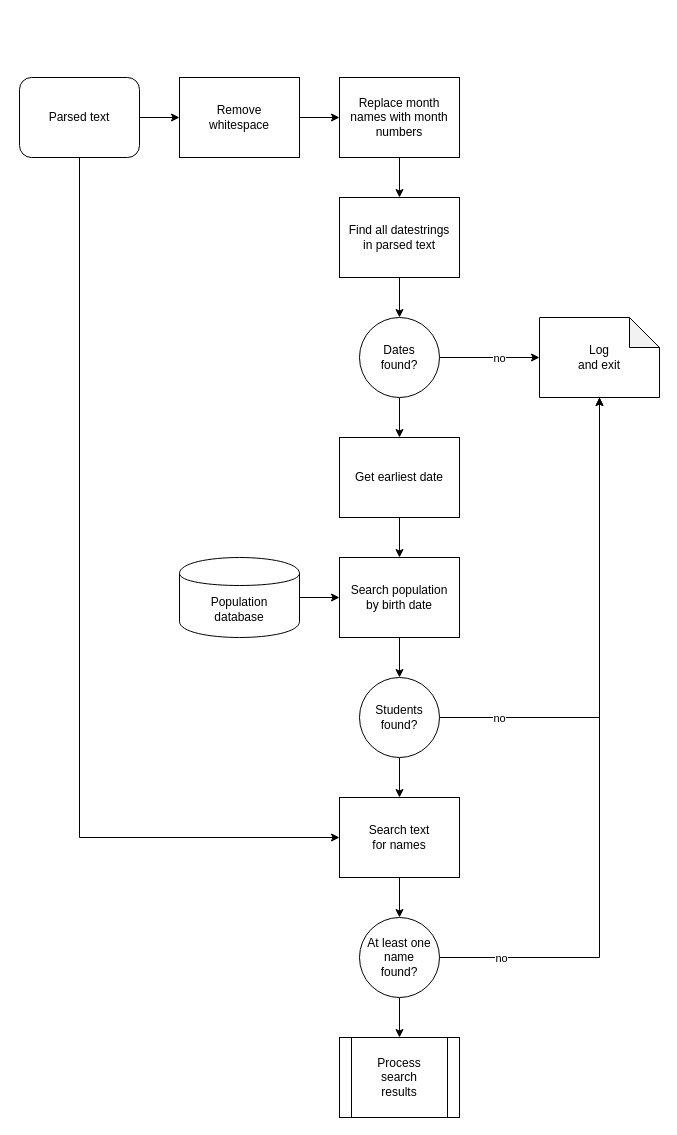
The draw.io diagram page "process parsed text" (2 of 3) of flowchart_parser.drawio in uu-asc/bbc-forwarder, before the edit. Source tidied: cells renumbered, new cells numbered last; positions are measured from the earlier drawing's top-left corner, leaving out a move shared by most shapes. Both pictures are drawn from the tidied source at 100%, with x=0, y=0 at pixel (19, 77).
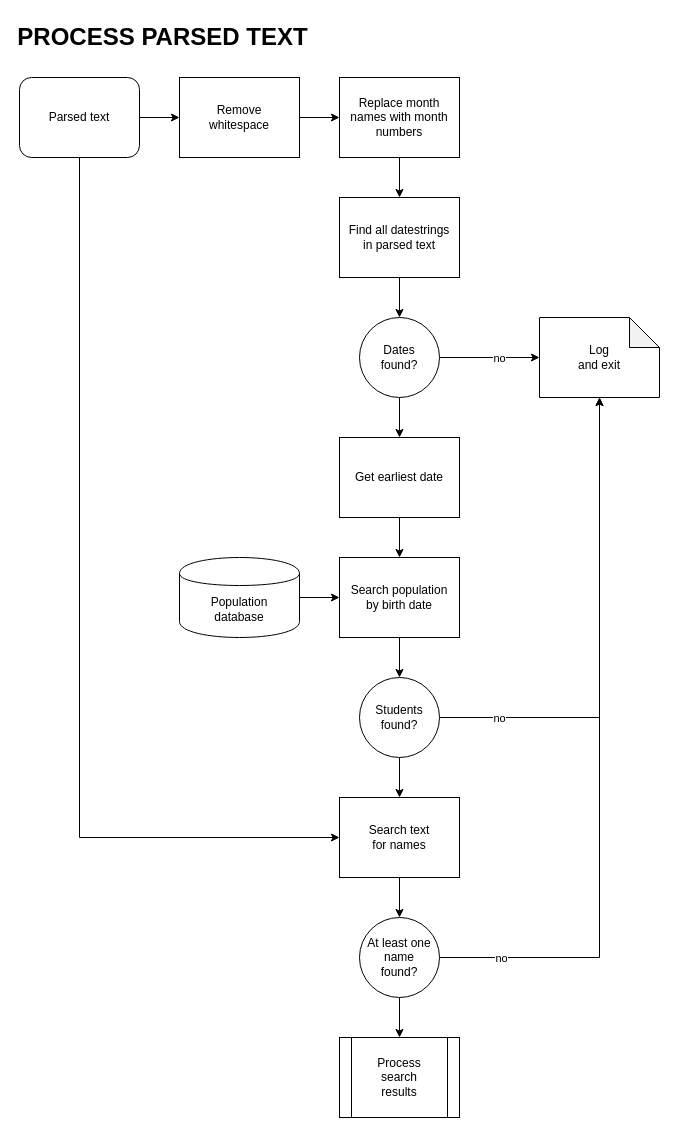
Above is the later version.

Diff of the diagram source:
```diff
@@
+    <mxCell id="33" value="PROCESS PARSED TEXT" style="text;strokeColor=none;fillColor=none;html=1;fontSize=24;fontStyle=1;verticalAlign=middle;align=center;" parent="1" vertex="1">
+      <mxGeometry x="93" y="-60" width="100" height="40" as="geometry" />
+    </mxCell>
```
